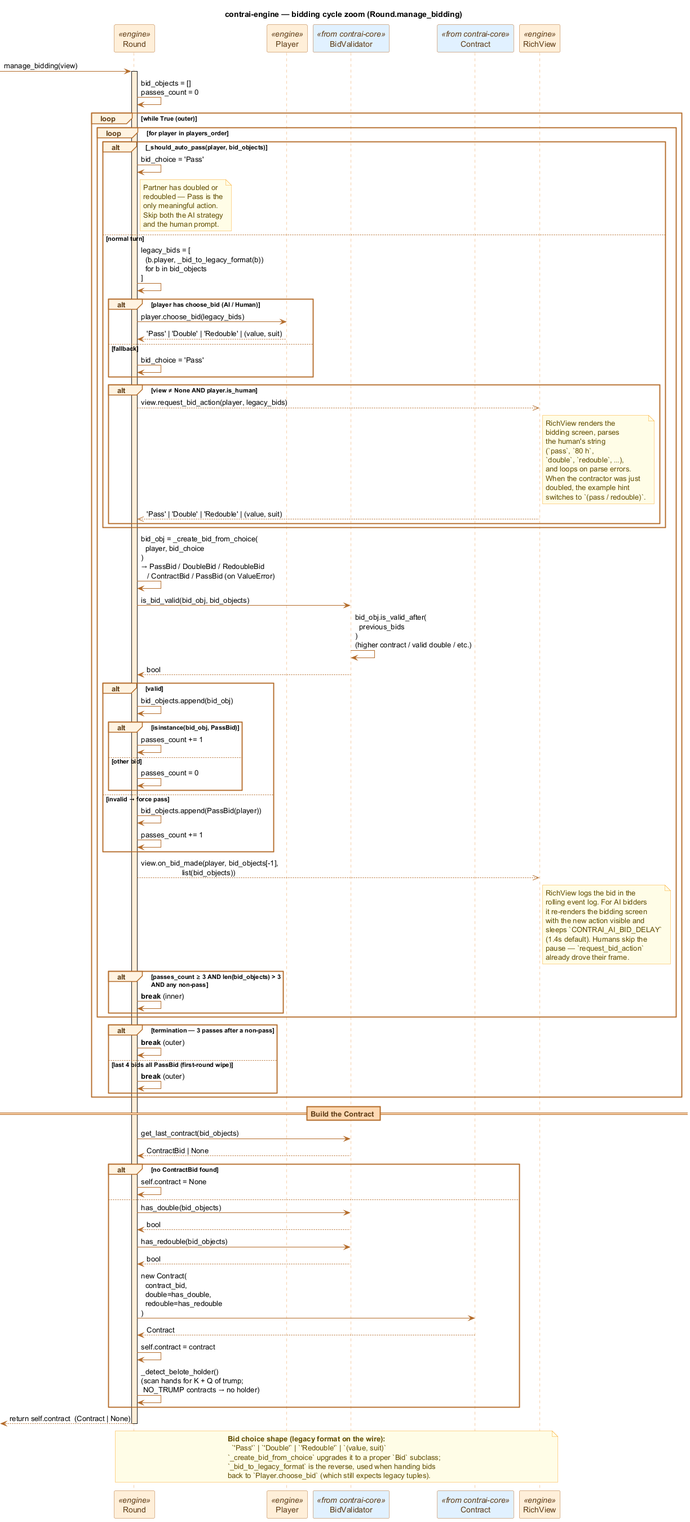
Earlier version of the PlantUML export docs/diagrams/seq_bidding.png (valmathieu/ContrAI).
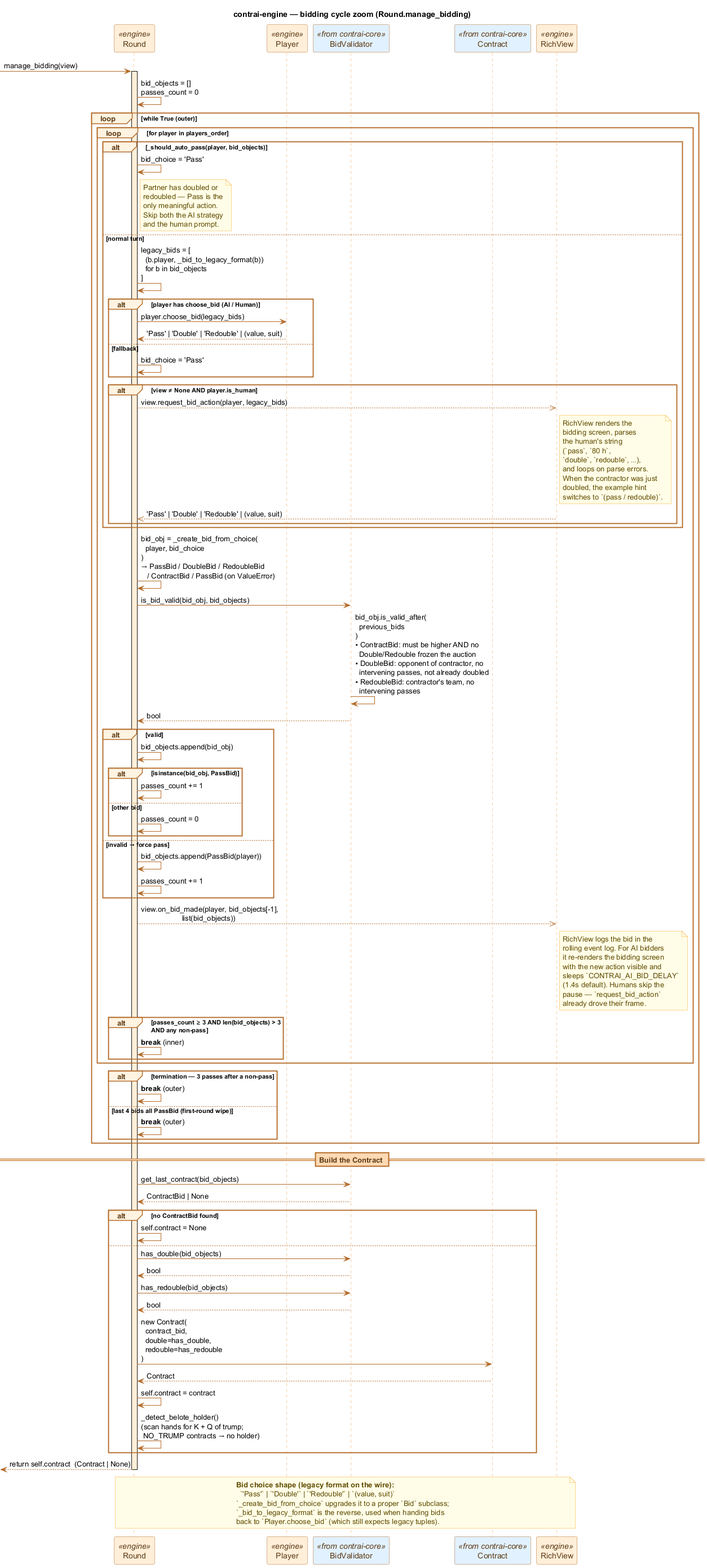
The same diagram one commit later.

Commit message:
fix(core): freeze the auction after a Double or Redouble

The edit, as a diff of the source:
```diff
@@ -81,7 +81,7 @@
         R -> R : bid_obj = _create_bid_from_choice(\n  player, bid_choice\n)\n→ PassBid / DoubleBid / RedoubleBid\n   / ContractBid / PassBid (on ValueError)
 
         R -> BV : is_bid_valid(bid_obj, bid_objects)
-        BV -> BV : bid_obj.is_valid_after(\n  previous_bids\n)\n(higher contract / valid double / etc.)
+        BV -> BV : bid_obj.is_valid_after(\n  previous_bids\n)\n• ContractBid: must be higher AND no\n  Double/Redouble frozen the auction\n• DoubleBid: opponent of contractor, no\n  intervening passes, not already doubled\n• RedoubleBid: contractor's team, no\n  intervening passes
         BV --> R : bool
 
         alt valid
```
